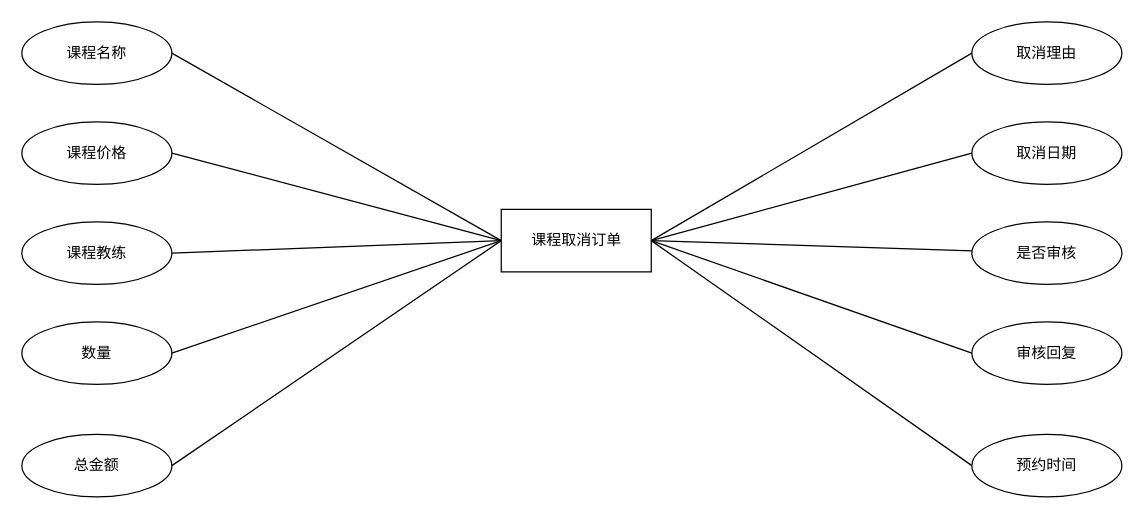
Above: 未命名绘图.drawio in zcb333/front-end-interview (draw.io), before the change. Source tidied: cells renumbered, new cells numbered last; positions are measured from the earlier drawing's top-left corner, leaving out a move shared by most shapes. Both pictures are drawn from the tidied source at 125%, with x=0, y=0 at pixel (21, 21).
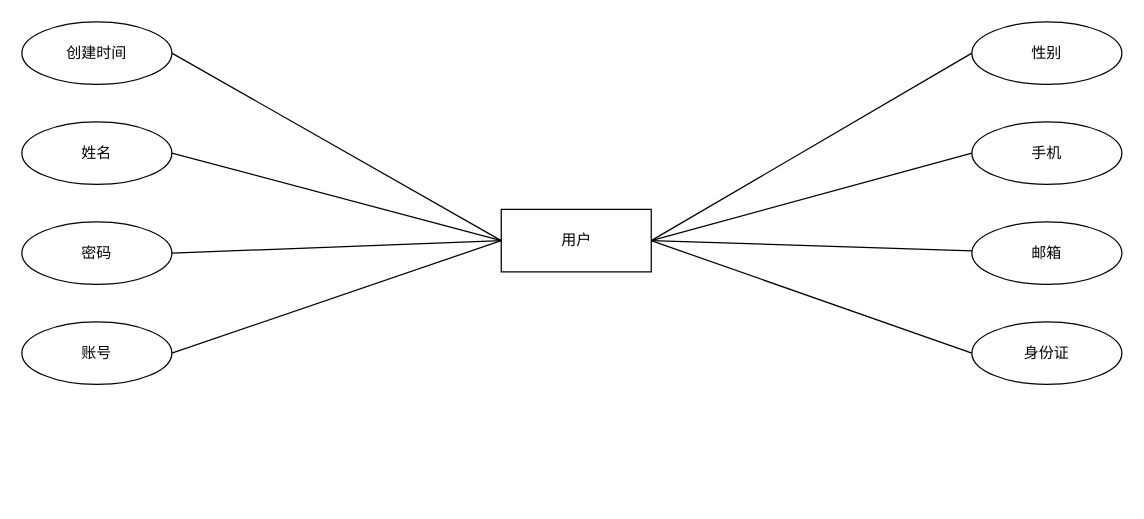
The same page after the edit.

Commit message:
真正的数据库用户.drawio

Change to the diagram source:
```diff
@@
-    <mxCell id="4" value="课程教练" style="ellipse;whiteSpace=wrap;html=1;" parent="1" vertex="1">
+    <mxCell id="4" value="密码" style="ellipse;whiteSpace=wrap;html=1;" parent="1" vertex="1">
       <mxGeometry y="160" width="120" height="50" as="geometry" />
     </mxCell>
@@
-    <mxCell id="6" value="取消日期" style="ellipse;whiteSpace=wrap;html=1;" parent="1" vertex="1">
+    <mxCell id="6" value="手机" style="ellipse;whiteSpace=wrap;html=1;" parent="1" vertex="1">
       <mxGeometry x="760" y="80" width="120" height="50" as="geometry" />
     </mxCell>
@@
-    <mxCell id="8" value="课程名称" style="ellipse;whiteSpace=wrap;html=1;" parent="1" vertex="1">
+    <mxCell id="8" value="创建时间" style="ellipse;whiteSpace=wrap;html=1;" parent="1" vertex="1">
       <mxGeometry width="120" height="50" as="geometry" />
     </mxCell>
@@
-    <mxCell id="10" value="课程价格" style="ellipse;whiteSpace=wrap;html=1;" parent="1" vertex="1">
+    <mxCell id="10" value="姓名" style="ellipse;whiteSpace=wrap;html=1;" parent="1" vertex="1">
       <mxGeometry y="80" width="120" height="50" as="geometry" />
     </mxCell>
-    <mxCell id="11" value="课程取消订单" style="rounded=0;whiteSpace=wrap;html=1;" parent="1" vertex="1">
+    <mxCell id="11" value="用户" style="rounded=0;whiteSpace=wrap;html=1;" parent="1" vertex="1">
       <mxGeometry x="383.5" y="150" width="120" height="50" as="geometry" />
     </mxCell>
@@
-    <mxCell id="14" value="数量" style="ellipse;whiteSpace=wrap;html=1;" parent="1" vertex="1">
+    <mxCell id="14" value="账号" style="ellipse;whiteSpace=wrap;html=1;" parent="1" vertex="1">
       <mxGeometry y="240" width="120" height="50" as="geometry" />
     </mxCell>
-    <mxCell id="15" style="rounded=0;jettySize=auto;html=1;exitX=0;exitY=0.5;exitDx=0;exitDy=0;entryX=1;entryY=0.5;entryDx=0;entryDy=0;endArrow=none;endFill=0;" parent="1" edge="1" source="16" target="11">
-      <mxGeometry relative="1" as="geometry" />
-    </mxCell>
-    <mxCell id="16" value="预约时间" style="ellipse;whiteSpace=wrap;html=1;" parent="1" vertex="1">
-      <mxGeometry x="760" y="330" width="120" height="50" as="geometry" />
-    </mxCell>
@@
-    <mxCell id="18" value="是否审核" style="ellipse;whiteSpace=wrap;html=1;" parent="1" vertex="1">
+    <mxCell id="18" value="邮箱" style="ellipse;whiteSpace=wrap;html=1;" parent="1" vertex="1">
       <mxGeometry x="760" y="160" width="120" height="50" as="geometry" />
     </mxCell>
@@
-    <mxCell id="20" value="审核回复" style="ellipse;whiteSpace=wrap;html=1;" parent="1" vertex="1">
+    <mxCell id="20" value="身份证" style="ellipse;whiteSpace=wrap;html=1;" parent="1" vertex="1">
       <mxGeometry x="760" y="240" width="120" height="50" as="geometry" />
     </mxCell>
-    <mxCell id="21" style="rounded=0;jettySize=auto;html=1;exitX=1;exitY=0.5;exitDx=0;exitDy=0;entryX=0;entryY=0.5;entryDx=0;entryDy=0;endArrow=none;endFill=0;" parent="1" edge="1" source="22" target="11">
-      <mxGeometry relative="1" as="geometry" />
-    </mxCell>
-    <mxCell id="22" value="总金额" style="ellipse;whiteSpace=wrap;html=1;" parent="1" vertex="1">
-      <mxGeometry y="330" width="120" height="50" as="geometry" />
-    </mxCell>
@@
-    <mxCell id="24" value="取消理由" style="ellipse;whiteSpace=wrap;html=1;" parent="1" vertex="1">
+    <mxCell id="24" value="性别" style="ellipse;whiteSpace=wrap;html=1;" parent="1" vertex="1">
       <mxGeometry x="760" width="120" height="50" as="geometry" />
     </mxCell>
```
